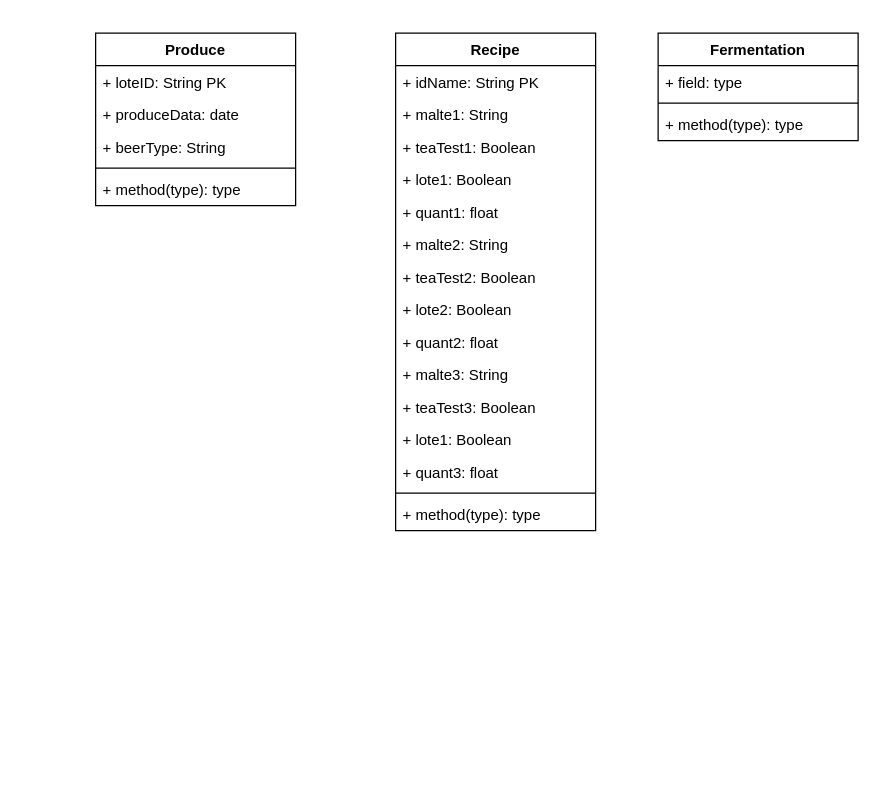
Above: page "Data bank" (3 of 3) of Classes_app.drawio in vivianebuge/objectOrientedJava (draw.io), before the change. Source tidied: cells renumbered, new cells numbered last; positions are measured from the earlier drawing's top-left corner, leaving out a move shared by most shapes. Both pictures are drawn from the tidied source at 125%, with x=0, y=0 at pixel (95, 32).
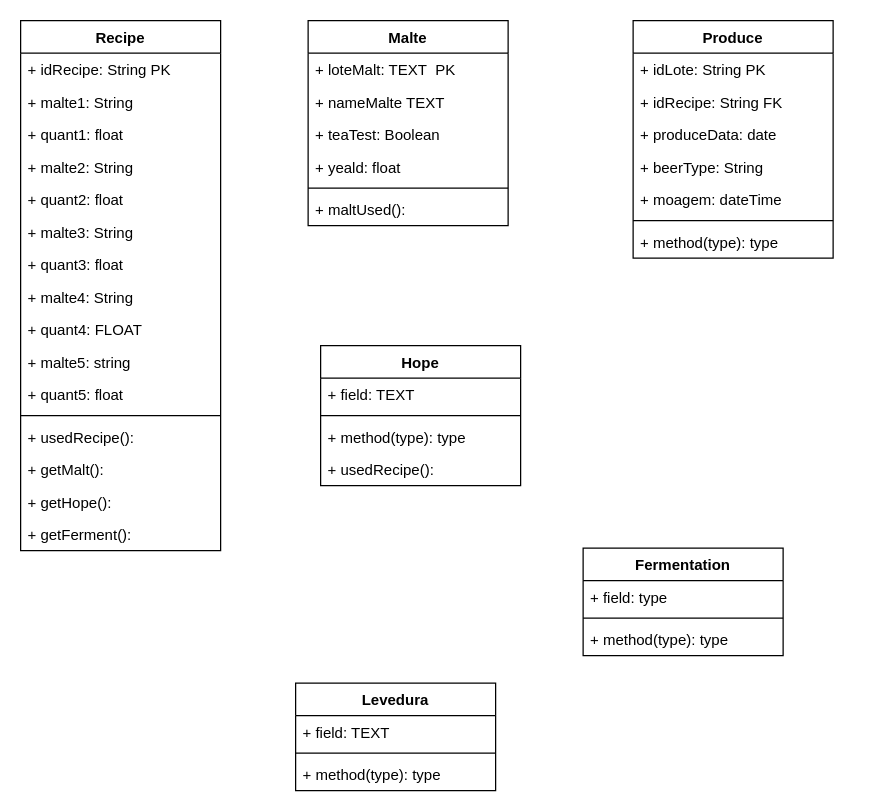
The same page after the edit.

What changed in the source:
```diff
@@
     <mxCell id="2" value="Produce" style="swimlane;fontStyle=1;align=center;verticalAlign=top;horizontal=1;startSize=26;" parent="1" vertex="1">
-      <mxGeometry width="160" height="138" as="geometry" />
+      <mxGeometry x="430" y="-10" width="160" height="190" as="geometry" />
     </mxCell>
-    <mxCell id="3" value="+ loteID: String PK" style="text;strokeColor=none;fillColor=none;align=left;verticalAlign=top;spacingLeft=4;spacingRight=4;overflow=hidden;" parent="2" vertex="1">
+    <mxCell id="3" value="+ idLote: String PK" style="text;strokeColor=none;fillColor=none;align=left;verticalAlign=top;spacingLeft=4;spacingRight=4;overflow=hidden;" parent="2" vertex="1">
       <mxGeometry y="26" width="160" height="26" as="geometry" />
     </mxCell>
+    <mxCell id="28" value="+ idRecipe: String FK" style="text;strokeColor=none;fillColor=none;align=left;verticalAlign=top;spacingLeft=4;spacingRight=4;overflow=hidden;" parent="2" vertex="1">
+      <mxGeometry y="52" width="160" height="26" as="geometry" />
+    </mxCell>
     <mxCell id="4" value="+ produceData: date " style="text;strokeColor=none;fillColor=none;align=left;verticalAlign=top;spacingLeft=4;spacingRight=4;overflow=hidden;" parent="2" vertex="1">
-      <mxGeometry y="52" width="160" height="26" as="geometry" />
+      <mxGeometry y="78" width="160" height="26" as="geometry" />
     </mxCell>
     <mxCell id="5" value="+ beerType: String" style="text;strokeColor=none;fillColor=none;align=left;verticalAlign=top;spacingLeft=4;spacingRight=4;overflow=hidden;" parent="2" vertex="1">
-      <mxGeometry y="78" width="160" height="26" as="geometry" />
+      <mxGeometry y="104" width="160" height="26" as="geometry" />
     </mxCell>
+    <mxCell id="29" value="+ moagem: dateTime" style="text;strokeColor=none;fillColor=none;align=left;verticalAlign=top;spacingLeft=4;spacingRight=4;overflow=hidden;" parent="2" vertex="1">
+      <mxGeometry y="130" width="160" height="26" as="geometry" />
+    </mxCell>
     <mxCell id="6" style="line;strokeWidth=1;fillColor=none;align=left;verticalAlign=middle;spacingTop=-1;spacingLeft=3;spacingRight=3;labelPosition=right;" parent="2" vertex="1">
-      <mxGeometry y="104" width="160" height="8" as="geometry" />
+      <mxGeometry y="156" width="160" height="8" as="geometry" />
     </mxCell>
     <mxCell id="7" value="+ method(type): type" style="text;strokeColor=none;fillColor=none;align=left;verticalAlign=top;spacingLeft=4;spacingRight=4;overflow=hidden;" parent="2" vertex="1">
-      <mxGeometry y="112" width="160" height="26" as="geometry" />
+      <mxGeometry y="164" width="160" height="26" as="geometry" />
     </mxCell>
     <mxCell id="8" value="Fermentation" style="swimlane;fontStyle=1;align=center;verticalAlign=top;horizontal=1;startSize=26;" parent="1" vertex="1">
-      <mxGeometry x="450" width="160" height="86" as="geometry" />
+      <mxGeometry x="390" y="412" width="160" height="86" as="geometry" />
     </mxCell>
@@
     <mxCell id="12" value="Recipe" style="swimlane;fontStyle=1;align=center;verticalAlign=top;horizontal=1;startSize=26;" parent="1" vertex="1">
-      <mxGeometry x="240" width="160" height="398" as="geometry" />
+      <mxGeometry x="-60" y="-10" width="160" height="424" as="geometry" />
     </mxCell>
-    <mxCell id="13" value="+ idName: String PK" style="text;strokeColor=none;fillColor=none;align=left;verticalAlign=top;spacingLeft=4;spacingRight=4;overflow=hidden;" parent="12" vertex="1">
+    <mxCell id="13" value="+ idRecipe: String PK" style="text;strokeColor=none;fillColor=none;align=left;verticalAlign=top;spacingLeft=4;spacingRight=4;overflow=hidden;" parent="12" vertex="1">
       <mxGeometry y="26" width="160" height="26" as="geometry" />
     </mxCell>
@@
-    <mxCell id="15" value="+ teaTest1: Boolean" style="text;strokeColor=none;fillColor=none;align=left;verticalAlign=top;spacingLeft=4;spacingRight=4;overflow=hidden;" parent="12" vertex="1">
-      <mxGeometry y="78" width="160" height="26" as="geometry" />
-    </mxCell>
-    <mxCell id="16" value="+ lote1: Boolean" style="text;strokeColor=none;fillColor=none;align=left;verticalAlign=top;spacingLeft=4;spacingRight=4;overflow=hidden;" parent="12" vertex="1">
-      <mxGeometry y="104" width="160" height="26" as="geometry" />
-    </mxCell>
     <mxCell id="17" value="+ quant1: float" style="text;strokeColor=none;fillColor=none;align=left;verticalAlign=top;spacingLeft=4;spacingRight=4;overflow=hidden;" parent="12" vertex="1">
-      <mxGeometry y="130" width="160" height="26" as="geometry" />
+      <mxGeometry y="78" width="160" height="26" as="geometry" />
     </mxCell>
     <mxCell id="18" value="+ malte2: String " style="text;strokeColor=none;fillColor=none;align=left;verticalAlign=top;spacingLeft=4;spacingRight=4;overflow=hidden;" parent="12" vertex="1">
-      <mxGeometry y="156" width="160" height="26" as="geometry" />
+      <mxGeometry y="104" width="160" height="26" as="geometry" />
     </mxCell>
-    <mxCell id="19" value="+ teaTest2: Boolean" style="text;strokeColor=none;fillColor=none;align=left;verticalAlign=top;spacingLeft=4;spacingRight=4;overflow=hidden;" parent="12" vertex="1">
-      <mxGeometry y="182" width="160" height="26" as="geometry" />
-    </mxCell>
-    <mxCell id="20" value="+ lote2: Boolean" style="text;strokeColor=none;fillColor=none;align=left;verticalAlign=top;spacingLeft=4;spacingRight=4;overflow=hidden;" parent="12" vertex="1">
-      <mxGeometry y="208" width="160" height="26" as="geometry" />
-    </mxCell>
     <mxCell id="21" value="+ quant2: float" style="text;strokeColor=none;fillColor=none;align=left;verticalAlign=top;spacingLeft=4;spacingRight=4;overflow=hidden;" parent="12" vertex="1">
-      <mxGeometry y="234" width="160" height="26" as="geometry" />
+      <mxGeometry y="130" width="160" height="26" as="geometry" />
     </mxCell>
     <mxCell id="22" value="+ malte3: String " style="text;strokeColor=none;fillColor=none;align=left;verticalAlign=top;spacingLeft=4;spacingRight=4;overflow=hidden;" parent="12" vertex="1">
-      <mxGeometry y="260" width="160" height="26" as="geometry" />
+      <mxGeometry y="156" width="160" height="26" as="geometry" />
     </mxCell>
-    <mxCell id="23" value="+ teaTest3: Boolean" style="text;strokeColor=none;fillColor=none;align=left;verticalAlign=top;spacingLeft=4;spacingRight=4;overflow=hidden;" parent="12" vertex="1">
-      <mxGeometry y="286" width="160" height="26" as="geometry" />
-    </mxCell>
-    <mxCell id="24" value="+ lote1: Boolean" style="text;strokeColor=none;fillColor=none;align=left;verticalAlign=top;spacingLeft=4;spacingRight=4;overflow=hidden;" parent="12" vertex="1">
-      <mxGeometry y="312" width="160" height="26" as="geometry" />
-    </mxCell>
     <mxCell id="25" value="+ quant3: float" style="text;strokeColor=none;fillColor=none;align=left;verticalAlign=top;spacingLeft=4;spacingRight=4;overflow=hidden;" parent="12" vertex="1">
-      <mxGeometry y="338" width="160" height="26" as="geometry" />
+      <mxGeometry y="182" width="160" height="26" as="geometry" />
     </mxCell>
+    <mxCell id="30" value="+ malte4: String" style="text;strokeColor=none;fillColor=none;align=left;verticalAlign=top;spacingLeft=4;spacingRight=4;overflow=hidden;" parent="12" vertex="1">
+      <mxGeometry y="208" width="160" height="26" as="geometry" />
+    </mxCell>
+    <mxCell id="31" value="+ quant4: FLOAT" style="text;strokeColor=none;fillColor=none;align=left;verticalAlign=top;spacingLeft=4;spacingRight=4;overflow=hidden;" parent="12" vertex="1">
+      <mxGeometry y="234" width="160" height="26" as="geometry" />
+    </mxCell>
+    <mxCell id="32" value="+ malte5: string" style="text;strokeColor=none;fillColor=none;align=left;verticalAlign=top;spacingLeft=4;spacingRight=4;overflow=hidden;" parent="12" vertex="1">
+      <mxGeometry y="260" width="160" height="26" as="geometry" />
+    </mxCell>
+    <mxCell id="33" value="+ quant5: float" style="text;strokeColor=none;fillColor=none;align=left;verticalAlign=top;spacingLeft=4;spacingRight=4;overflow=hidden;" parent="12" vertex="1">
+      <mxGeometry y="286" width="160" height="26" as="geometry" />
+    </mxCell>
     <mxCell id="26" style="line;strokeWidth=1;fillColor=none;align=left;verticalAlign=middle;spacingTop=-1;spacingLeft=3;spacingRight=3;labelPosition=right;" parent="12" vertex="1">
-      <mxGeometry y="364" width="160" height="8" as="geometry" />
+      <mxGeometry y="312" width="160" height="8" as="geometry" />
     </mxCell>
-    <mxCell id="27" value="+ method(type): type" style="text;strokeColor=none;fillColor=none;align=left;verticalAlign=top;spacingLeft=4;spacingRight=4;overflow=hidden;" parent="12" vertex="1">
-      <mxGeometry y="372" width="160" height="26" as="geometry" />
+    <mxCell id="27" value="+ usedRecipe(): " style="text;strokeColor=none;fillColor=none;align=left;verticalAlign=top;spacingLeft=4;spacingRight=4;overflow=hidden;" parent="12" vertex="1">
+      <mxGeometry y="320" width="160" height="26" as="geometry" />
     </mxCell>
+    <mxCell id="34" value="+ getMalt(): " style="text;strokeColor=none;fillColor=none;align=left;verticalAlign=top;spacingLeft=4;spacingRight=4;overflow=hidden;" parent="12" vertex="1">
+      <mxGeometry y="346" width="160" height="26" as="geometry" />
+    </mxCell>
+    <mxCell id="35" value="+ getHope(): " style="text;strokeColor=none;fillColor=none;align=left;verticalAlign=top;spacingLeft=4;spacingRight=4;overflow=hidden;" parent="12" vertex="1">
+      <mxGeometry y="372" width="160" height="26" as="geometry" />
+    </mxCell>
+    <mxCell id="36" value="+ getFerment(): " style="text;strokeColor=none;fillColor=none;align=left;verticalAlign=top;spacingLeft=4;spacingRight=4;overflow=hidden;" parent="12" vertex="1">
+      <mxGeometry y="398" width="160" height="26" as="geometry" />
+    </mxCell>
+    <mxCell id="37" value="Malte" style="swimlane;fontStyle=1;align=center;verticalAlign=top;horizontal=1;startSize=26;" parent="1" vertex="1">
+      <mxGeometry x="170" y="-10" width="160" height="164" as="geometry" />
+    </mxCell>
+    <mxCell id="38" value="+ loteMalt: TEXT  PK" style="text;strokeColor=none;fillColor=none;align=left;verticalAlign=top;spacingLeft=4;spacingRight=4;overflow=hidden;" parent="37" vertex="1">
+      <mxGeometry y="26" width="160" height="26" as="geometry" />
+    </mxCell>
+    <mxCell id="39" value="+ nameMalte TEXT" style="text;strokeColor=none;fillColor=none;align=left;verticalAlign=top;spacingLeft=4;spacingRight=4;overflow=hidden;" parent="37" vertex="1">
+      <mxGeometry y="52" width="160" height="26" as="geometry" />
+    </mxCell>
+    <mxCell id="40" value="+ teaTest: Boolean" style="text;strokeColor=none;fillColor=none;align=left;verticalAlign=top;spacingLeft=4;spacingRight=4;overflow=hidden;" parent="37" vertex="1">
+      <mxGeometry y="78" width="160" height="26" as="geometry" />
+    </mxCell>
+    <mxCell id="41" value="+ yeald: float" style="text;strokeColor=none;fillColor=none;align=left;verticalAlign=top;spacingLeft=4;spacingRight=4;overflow=hidden;" parent="37" vertex="1">
+      <mxGeometry y="104" width="160" height="26" as="geometry" />
+    </mxCell>
+    <mxCell id="42" style="line;strokeWidth=1;fillColor=none;align=left;verticalAlign=middle;spacingTop=-1;spacingLeft=3;spacingRight=3;labelPosition=right;" parent="37" vertex="1">
+      <mxGeometry y="130" width="160" height="8" as="geometry" />
+    </mxCell>
+    <mxCell id="43" value="+ maltUsed(): " style="text;strokeColor=none;fillColor=none;align=left;verticalAlign=top;spacingLeft=4;spacingRight=4;overflow=hidden;" parent="37" vertex="1">
+      <mxGeometry y="138" width="160" height="26" as="geometry" />
+    </mxCell>
+    <mxCell id="44" value="Hope" style="swimlane;fontStyle=1;align=center;verticalAlign=top;horizontal=1;startSize=26;" parent="1" vertex="1">
+      <mxGeometry x="180" y="250" width="160" height="112" as="geometry" />
+    </mxCell>
+    <mxCell id="45" value="+ field: TEXT" style="text;strokeColor=none;fillColor=none;align=left;verticalAlign=top;spacingLeft=4;spacingRight=4;overflow=hidden;" parent="44" vertex="1">
+      <mxGeometry y="26" width="160" height="26" as="geometry" />
+    </mxCell>
+    <mxCell id="46" style="line;strokeWidth=1;fillColor=none;align=left;verticalAlign=middle;spacingTop=-1;spacingLeft=3;spacingRight=3;labelPosition=right;" parent="44" vertex="1">
+      <mxGeometry y="52" width="160" height="8" as="geometry" />
+    </mxCell>
+    <mxCell id="47" value="+ method(type): type" style="text;strokeColor=none;fillColor=none;align=left;verticalAlign=top;spacingLeft=4;spacingRight=4;overflow=hidden;" parent="44" vertex="1">
+      <mxGeometry y="60" width="160" height="26" as="geometry" />
+    </mxCell>
+    <mxCell id="48" value="+ usedRecipe(): " style="text;strokeColor=none;fillColor=none;align=left;verticalAlign=top;spacingLeft=4;spacingRight=4;overflow=hidden;" parent="44" vertex="1">
+      <mxGeometry y="86" width="160" height="26" as="geometry" />
+    </mxCell>
+    <mxCell id="49" value="Levedura" style="swimlane;fontStyle=1;align=center;verticalAlign=top;horizontal=1;startSize=26;" parent="1" vertex="1">
+      <mxGeometry x="160" y="520" width="160" height="86" as="geometry" />
+    </mxCell>
+    <mxCell id="50" value="+ field: TEXT" style="text;strokeColor=none;fillColor=none;align=left;verticalAlign=top;spacingLeft=4;spacingRight=4;overflow=hidden;" parent="49" vertex="1">
+      <mxGeometry y="26" width="160" height="26" as="geometry" />
+    </mxCell>
+    <mxCell id="51" style="line;strokeWidth=1;fillColor=none;align=left;verticalAlign=middle;spacingTop=-1;spacingLeft=3;spacingRight=3;labelPosition=right;" parent="49" vertex="1">
+      <mxGeometry y="52" width="160" height="8" as="geometry" />
+    </mxCell>
+    <mxCell id="52" value="+ method(type): type" style="text;strokeColor=none;fillColor=none;align=left;verticalAlign=top;spacingLeft=4;spacingRight=4;overflow=hidden;" parent="49" vertex="1">
+      <mxGeometry y="60" width="160" height="26" as="geometry" />
+    </mxCell>
```
